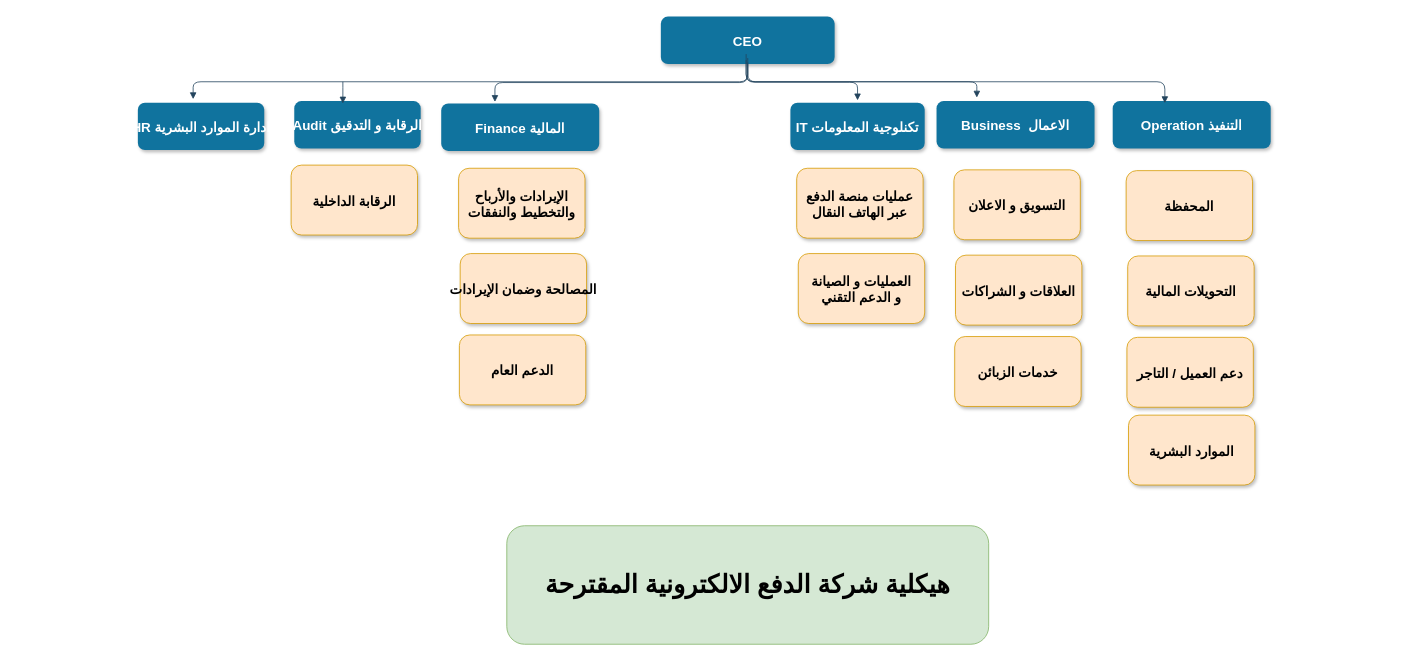
Above: Untitled Diagram.drawio in KarrarMusawu/draw (draw.io), before the change. Source tidied: cells renumbered, new cells numbered last; positions are measured from the earlier drawing's top-left corner, leaving out a move shared by most shapes. Both pictures are drawn from the tidied source at 79%, with x=0, y=0 at pixel (137, 17).
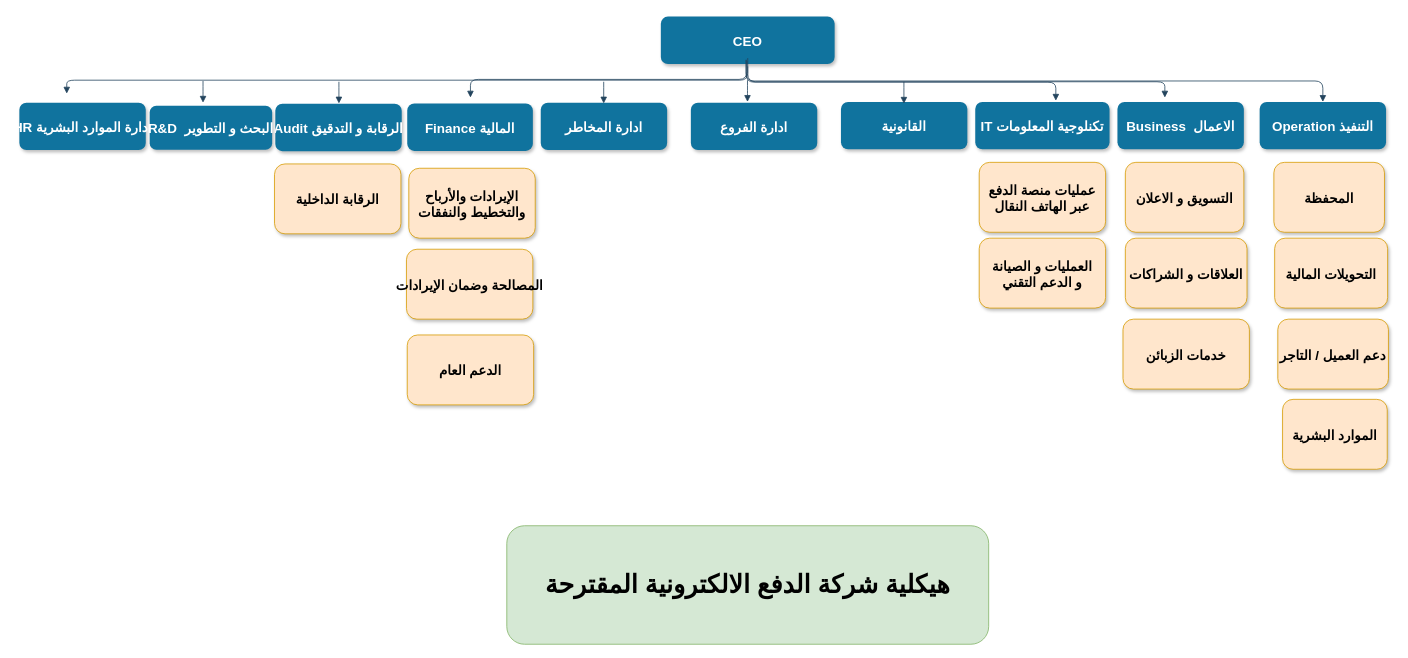
Above is the later version.

Unchanged cells that the change refers to:
```xml
<mxCell id="3" value="CEO" style="rounded=1;fillColor=#10739E;strokeColor=none;shadow=1;gradientColor=none;fontStyle=1;fontColor=#FFFFFF;fontSize=17;strokeWidth=1;" parent="1" vertex="1">
  <mxGeometry x="662" y="-0.5" width="220" height="60" as="geometry" />
</mxCell>
```

The edit, as a diff of the source:
```diff
@@
     <mxCell id="2" value="HR ادارة الموارد البشرية" style="rounded=1;fillColor=#10739E;strokeColor=none;shadow=1;gradientColor=none;fontStyle=1;fontColor=#FFFFFF;fontSize=17;strokeWidth=1;" parent="1" vertex="1">
-      <mxGeometry y="108.5" width="160" height="60" as="geometry" />
+      <mxGeometry x="-150" y="108.5" width="160" height="60" as="geometry" />
     </mxCell>
@@
     <mxCell id="4" value="Finance المالية" style="rounded=1;fillColor=#10739E;strokeColor=none;shadow=1;gradientColor=none;fontStyle=1;fontColor=#FFFFFF;fontSize=17;strokeWidth=1;" parent="1" vertex="1">
-      <mxGeometry x="384" y="109.5" width="200" height="60" as="geometry" />
+      <mxGeometry x="341" y="109.5" width="159" height="60" as="geometry" />
     </mxCell>
     <mxCell id="5" value="IT تكنلوجية المعلومات" style="rounded=1;fillColor=#10739E;strokeColor=none;shadow=1;gradientColor=none;fontStyle=1;fontColor=#FFFFFF;fontSize=17;strokeWidth=1;" parent="1" vertex="1">
-      <mxGeometry x="826" y="108.5" width="170" height="60" as="geometry" />
+      <mxGeometry x="1060" y="107.5" width="170" height="60" as="geometry" />
     </mxCell>
     <mxCell id="6" value="Audit الرقابة و التدقيق" style="rounded=1;fillColor=#10739E;strokeColor=none;shadow=1;gradientColor=none;fontStyle=1;fontColor=#FFFFFF;fontSize=17;strokeWidth=1;" parent="1" vertex="1">
-      <mxGeometry x="198" y="106.5" width="160" height="60" as="geometry" />
+      <mxGeometry x="174" y="109.8" width="160" height="60" as="geometry" />
     </mxCell>
     <mxCell id="7" value="Business  الاعمال" style="rounded=1;fillColor=#10739E;strokeColor=none;shadow=1;gradientColor=none;fontStyle=1;fontColor=#FFFFFF;fontSize=17;strokeWidth=1;" parent="1" vertex="1">
-      <mxGeometry x="1011" y="106.5" width="200" height="60" as="geometry" />
+      <mxGeometry x="1240" y="107.5" width="160" height="60" as="geometry" />
     </mxCell>
     <mxCell id="8" value="Operation التنفيذ" style="rounded=1;fillColor=#10739E;strokeColor=none;shadow=1;gradientColor=none;fontStyle=1;fontColor=#FFFFFF;fontSize=17;strokeWidth=1;" parent="1" vertex="1">
-      <mxGeometry x="1234" y="106.5" width="200" height="60" as="geometry" />
+      <mxGeometry x="1420" y="107.5" width="160" height="60" as="geometry" />
     </mxCell>
     <mxCell id="9" style="edgeStyle=elbowEdgeStyle;elbow=vertical;strokeWidth=1;endArrow=block;endFill=1;fontStyle=1;strokeColor=#23445D;fontSize=17;" parent="1" edge="1">
       <mxGeometry x="22" y="165.5" as="geometry">
-        <mxPoint x="772" y="57.5" as="sourcePoint" />
-        <mxPoint x="452" y="107.5" as="targetPoint" />
+        <mxPoint x="771" y="56" as="sourcePoint" />
+        <mxPoint x="421" y="102" as="targetPoint" />
       </mxGeometry>
     </mxCell>
-    <mxCell id="10" style="edgeStyle=elbowEdgeStyle;elbow=vertical;strokeWidth=1;endArrow=block;endFill=1;fontStyle=1;strokeColor=#23445D;fontSize=17;" parent="1" edge="1" source="3">
+    <mxCell id="10" style="edgeStyle=elbowEdgeStyle;elbow=vertical;strokeWidth=1;endArrow=block;endFill=1;fontStyle=1;strokeColor=#23445D;fontSize=17;" parent="1" edge="1">
       <mxGeometry x="22" y="165.5" as="geometry">
-        <mxPoint x="70" y="104" as="targetPoint" />
+        <mxPoint x="772" y="62.5" as="sourcePoint" />
+        <mxPoint x="-90" y="97" as="targetPoint" />
       </mxGeometry>
     </mxCell>
-    <mxCell id="11" style="edgeStyle=elbowEdgeStyle;elbow=vertical;strokeWidth=1;endArrow=block;endFill=1;fontStyle=1;strokeColor=#23445D;fontSize=17;" parent="1" edge="1">
+    <mxCell id="11" style="edgeStyle=elbowEdgeStyle;elbow=vertical;strokeWidth=1;endArrow=block;endFill=1;fontStyle=1;strokeColor=#23445D;fontSize=17;entryX=0.5;entryY=0;entryDx=0;entryDy=0;" parent="1" edge="1" target="8">
       <mxGeometry x="22" y="165.5" as="geometry">
         <mxPoint x="770" y="54.5" as="sourcePoint" />
-        <mxPoint x="1300" y="109" as="targetPoint" />
       </mxGeometry>
     </mxCell>
     <mxCell id="12" style="edgeStyle=elbowEdgeStyle;elbow=vertical;strokeWidth=1;endArrow=block;endFill=1;fontStyle=1;strokeColor=#23445D;fontSize=17;" parent="1" edge="1">
       <mxGeometry x="62" y="175.5" as="geometry">
-        <mxPoint x="259.5" y="82" as="sourcePoint" />
-        <mxPoint x="259.5" y="109.5" as="targetPoint" />
+        <mxPoint x="254.5" y="82" as="sourcePoint" />
+        <mxPoint x="254.5" y="109.5" as="targetPoint" />
       </mxGeometry>
     </mxCell>
     <mxCell id="13" style="edgeStyle=elbowEdgeStyle;elbow=vertical;strokeWidth=1;endArrow=block;endFill=1;fontStyle=1;strokeColor=#23445D;fontSize=17;" parent="1" edge="1">
       <mxGeometry x="22" y="165.5" as="geometry">
         <mxPoint x="772" y="52" as="sourcePoint" />
-        <mxPoint x="1062" y="102" as="targetPoint" />
+        <mxPoint x="1300" y="102" as="targetPoint" />
         <Array as="points">
           <mxPoint x="892" y="82" />
           <mxPoint x="972" y="47.5" />
         </Array>
       </mxGeometry>
     </mxCell>
-    <mxCell id="14" style="edgeStyle=elbowEdgeStyle;elbow=vertical;strokeWidth=1;endArrow=block;endFill=1;fontStyle=1;strokeColor=#23445D;entryX=0.5;entryY=0;entryDx=0;entryDy=0;fontSize=17;" parent="1" edge="1">
+    <mxCell id="14" style="edgeStyle=elbowEdgeStyle;elbow=vertical;strokeWidth=1;endArrow=block;endFill=1;fontStyle=1;strokeColor=#23445D;fontSize=17;" parent="1" edge="1">
       <mxGeometry x="22" y="165.5" as="geometry">
-        <mxPoint x="770" y="47" as="sourcePoint" />
-        <mxPoint x="911" y="105.5" as="targetPoint" />
+        <mxPoint x="770" y="54" as="sourcePoint" />
+        <mxPoint x="1162" y="106" as="targetPoint" />
         <Array as="points">
-          <mxPoint x="707" y="82.5" />
-          <mxPoint x="787" y="48" />
+          <mxPoint x="709" y="82.5" />
+          <mxPoint x="789" y="48" />
         </Array>
       </mxGeometry>
     </mxCell>
     <mxCell id="15" value="الرقابة الداخلية" style="rounded=1;fillColor=#ffe6cc;strokeColor=#d79b00;shadow=1;fontStyle=1;fontSize=17;strokeWidth=1;" parent="1" vertex="1">
-      <mxGeometry x="194" y="187.5" width="160" height="88.5" as="geometry" />
+      <mxGeometry x="173" y="186" width="160" height="88.5" as="geometry" />
     </mxCell>
     <mxCell id="16" value="الإيرادات والأرباح &#10;والتخطيط والنفقات" style="rounded=1;fillColor=#ffe6cc;strokeColor=#d79b00;shadow=1;fontStyle=1;fontSize=17;strokeWidth=1;" parent="1" vertex="1">
-      <mxGeometry x="406" y="191.5" width="160" height="88.5" as="geometry" />
+      <mxGeometry x="343" y="191.5" width="160" height="88.5" as="geometry" />
     </mxCell>
     <mxCell id="17" value="المصالحة وضمان الإيرادات" style="rounded=1;fillColor=#ffe6cc;strokeColor=#d79b00;shadow=1;fontStyle=1;fontSize=17;strokeWidth=1;" parent="1" vertex="1">
-      <mxGeometry x="408" y="299.5" width="160" height="88.5" as="geometry" />
+      <mxGeometry x="340" y="294" width="160" height="88.5" as="geometry" />
     </mxCell>
     <mxCell id="18" value="الدعم العام" style="rounded=1;fillColor=#ffe6cc;strokeColor=#d79b00;shadow=1;fontStyle=1;fontSize=17;strokeWidth=1;" parent="1" vertex="1">
-      <mxGeometry x="407" y="402.5" width="160" height="88.5" as="geometry" />
+      <mxGeometry x="341" y="402.5" width="160" height="88.5" as="geometry" />
     </mxCell>
     <mxCell id="19" value="عمليات منصة الدفع &#10;عبر الهاتف النقال" style="rounded=1;fillColor=#ffe6cc;strokeColor=#d79b00;shadow=1;fontStyle=1;fontSize=17;strokeWidth=1;" parent="1" vertex="1">
-      <mxGeometry x="834" y="191.5" width="160" height="88.5" as="geometry" />
+      <mxGeometry x="1065" y="184" width="160" height="88.5" as="geometry" />
     </mxCell>
     <mxCell id="20" value="العمليات و الصيانة&#10;و الدعم التقني" style="rounded=1;fillColor=#ffe6cc;strokeColor=#d79b00;shadow=1;fontStyle=1;fontSize=17;strokeWidth=1;" parent="1" vertex="1">
-      <mxGeometry x="836" y="299.5" width="160" height="88.5" as="geometry" />
+      <mxGeometry x="1065" y="280" width="160" height="88.5" as="geometry" />
     </mxCell>
     <mxCell id="21" value="التسويق و الاعلان" style="rounded=1;fillColor=#ffe6cc;strokeColor=#d79b00;shadow=1;fontStyle=1;fontSize=17;strokeWidth=1;" parent="1" vertex="1">
-      <mxGeometry x="1033" y="193.5" width="160" height="88.5" as="geometry" />
+      <mxGeometry x="1250" y="184" width="150" height="88.5" as="geometry" />
     </mxCell>
     <mxCell id="22" value="العلاقات و الشراكات" style="rounded=1;fillColor=#ffe6cc;strokeColor=#d79b00;shadow=1;fontStyle=1;fontSize=17;strokeWidth=1;" parent="1" vertex="1">
-      <mxGeometry x="1035" y="301.5" width="160" height="88.5" as="geometry" />
+      <mxGeometry x="1250" y="280" width="154" height="88.5" as="geometry" />
     </mxCell>
     <mxCell id="23" value="خدمات الزبائن" style="rounded=1;fillColor=#ffe6cc;strokeColor=#d79b00;shadow=1;fontStyle=1;fontSize=17;strokeWidth=1;" parent="1" vertex="1">
-      <mxGeometry x="1034" y="404.5" width="160" height="88.5" as="geometry" />
+      <mxGeometry x="1247" y="382.5" width="160" height="88.5" as="geometry" />
     </mxCell>
     <mxCell id="24" value="المحفظة" style="rounded=1;fillColor=#ffe6cc;strokeColor=#d79b00;shadow=1;fontStyle=1;fontSize=17;strokeWidth=1;" parent="1" vertex="1">
-      <mxGeometry x="1251" y="194.5" width="160" height="88.5" as="geometry" />
+      <mxGeometry x="1438" y="184" width="140" height="88.5" as="geometry" />
     </mxCell>
     <mxCell id="25" value="التحويلات المالية" style="rounded=1;fillColor=#ffe6cc;strokeColor=#d79b00;shadow=1;fontStyle=1;fontSize=17;strokeWidth=1;" parent="1" vertex="1">
-      <mxGeometry x="1253" y="302.5" width="160" height="88.5" as="geometry" />
+      <mxGeometry x="1439" y="280" width="143" height="88.5" as="geometry" />
     </mxCell>
     <mxCell id="26" value="دعم العميل / التاجر" style="rounded=1;fillColor=#ffe6cc;strokeColor=#d79b00;shadow=1;fontStyle=1;fontSize=17;strokeWidth=1;" parent="1" vertex="1">
-      <mxGeometry x="1252" y="405.5" width="160" height="88.5" as="geometry" />
+      <mxGeometry x="1443" y="382.5" width="140" height="88.5" as="geometry" />
     </mxCell>
     <mxCell id="27" value="الموارد البشرية" style="rounded=1;fillColor=#ffe6cc;strokeColor=#d79b00;shadow=1;fontStyle=1;fontSize=17;strokeWidth=1;" parent="1" vertex="1">
-      <mxGeometry x="1254" y="504" width="160" height="88.5" as="geometry" />
+      <mxGeometry x="1449" y="484" width="132.5" height="88.5" as="geometry" />
     </mxCell>
@@
+    <mxCell id="29" value="ادارة المخاطر" style="rounded=1;fillColor=#10739E;strokeColor=none;shadow=1;gradientColor=none;fontStyle=1;fontColor=#FFFFFF;fontSize=17;strokeWidth=1;" parent="1" vertex="1">
+      <mxGeometry x="510" y="108.5" width="160" height="60" as="geometry" />
+    </mxCell>
+    <mxCell id="30" value="R&amp;D  البحث و التطوير" style="rounded=1;fillColor=#10739E;strokeColor=none;shadow=1;gradientColor=none;fontStyle=1;fontColor=#FFFFFF;fontSize=17;strokeWidth=1;" parent="1" vertex="1">
+      <mxGeometry x="15" y="112.5" width="155" height="55.5" as="geometry" />
+    </mxCell>
+    <mxCell id="31" style="edgeStyle=elbowEdgeStyle;elbow=vertical;strokeWidth=1;endArrow=block;endFill=1;fontStyle=1;strokeColor=#23445D;fontSize=17;" parent="1" edge="1">
+      <mxGeometry x="62" y="175.5" as="geometry">
+        <mxPoint x="82.5" y="81" as="sourcePoint" />
+        <mxPoint x="82.5" y="108.5" as="targetPoint" />
+      </mxGeometry>
+    </mxCell>
+    <mxCell id="32" value="القانونية" style="rounded=1;fillColor=#10739E;strokeColor=none;shadow=1;gradientColor=none;fontStyle=1;fontColor=#FFFFFF;fontSize=17;strokeWidth=1;" parent="1" vertex="1">
+      <mxGeometry x="890" y="107.5" width="160" height="60" as="geometry" />
+    </mxCell>
+    <mxCell id="33" value="ادارة الفروع" style="rounded=1;fillColor=#10739E;strokeColor=none;shadow=1;gradientColor=none;fontStyle=1;fontColor=#FFFFFF;fontSize=17;strokeWidth=1;" parent="1" vertex="1">
+      <mxGeometry x="700" y="108.5" width="160" height="60" as="geometry" />
+    </mxCell>
+    <mxCell id="34" style="edgeStyle=elbowEdgeStyle;elbow=vertical;strokeWidth=1;endArrow=block;endFill=1;fontStyle=1;strokeColor=#23445D;fontSize=17;" parent="1" edge="1">
+      <mxGeometry x="62" y="175.5" as="geometry">
+        <mxPoint x="589.7" y="82" as="sourcePoint" />
+        <mxPoint x="589.7" y="109.5" as="targetPoint" />
+      </mxGeometry>
+    </mxCell>
+    <mxCell id="35" style="edgeStyle=elbowEdgeStyle;elbow=vertical;strokeWidth=1;endArrow=block;endFill=1;fontStyle=1;strokeColor=#23445D;fontSize=17;" parent="1" edge="1">
+      <mxGeometry x="62" y="175.5" as="geometry">
+        <mxPoint x="771.7" y="80" as="sourcePoint" />
+        <mxPoint x="771.7" y="107.5" as="targetPoint" />
+      </mxGeometry>
+    </mxCell>
+    <mxCell id="36" style="edgeStyle=elbowEdgeStyle;elbow=vertical;strokeWidth=1;endArrow=block;endFill=1;fontStyle=1;strokeColor=#23445D;fontSize=17;" parent="1" edge="1">
+      <mxGeometry x="62" y="175.5" as="geometry">
+        <mxPoint x="969.7" y="82.2" as="sourcePoint" />
+        <mxPoint x="969.7" y="109.8" as="targetPoint" />
+      </mxGeometry>
+    </mxCell>
```
